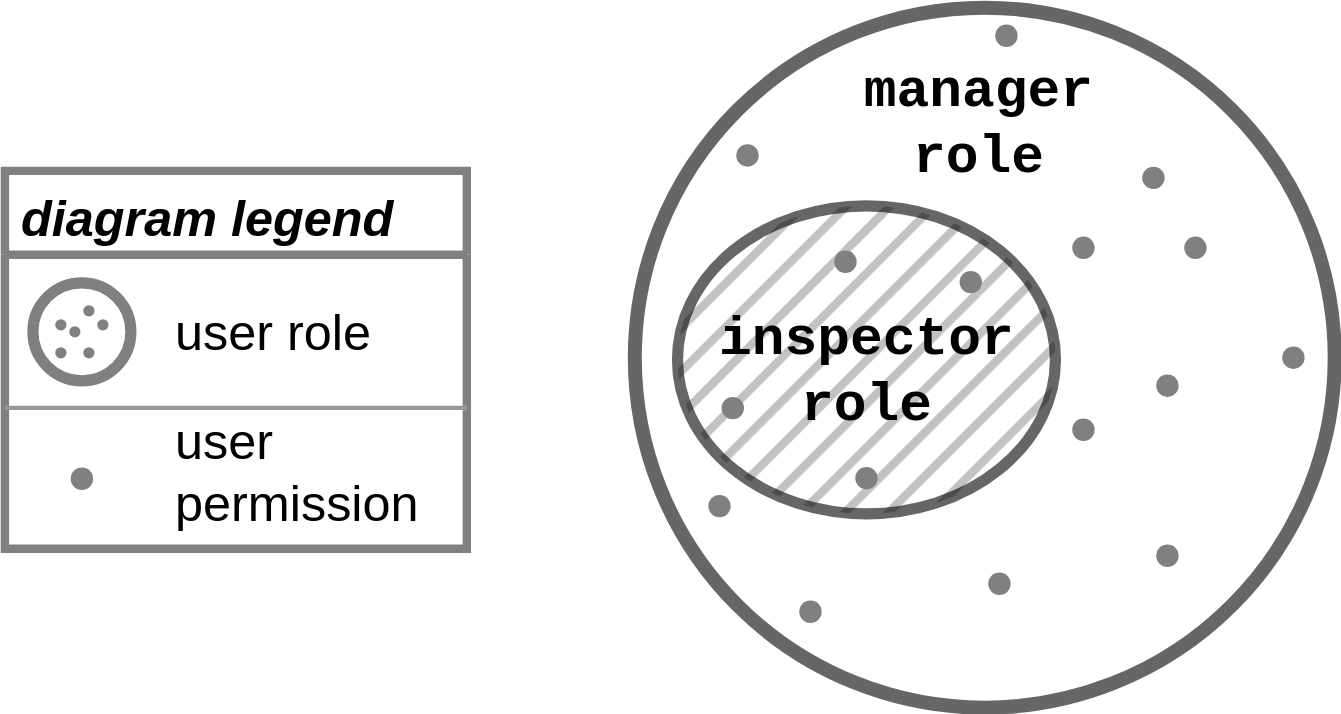
Above: user_roles-venn.drawio.svg in WildCodeSchool/2022-07-EN-Berlin-Remote1-Project3Planning (draw.io), before the change. Source tidied: cells renumbered, new cells last; positions are measured from the earlier drawing's top-left corner, leaving out a move shared by most shapes.
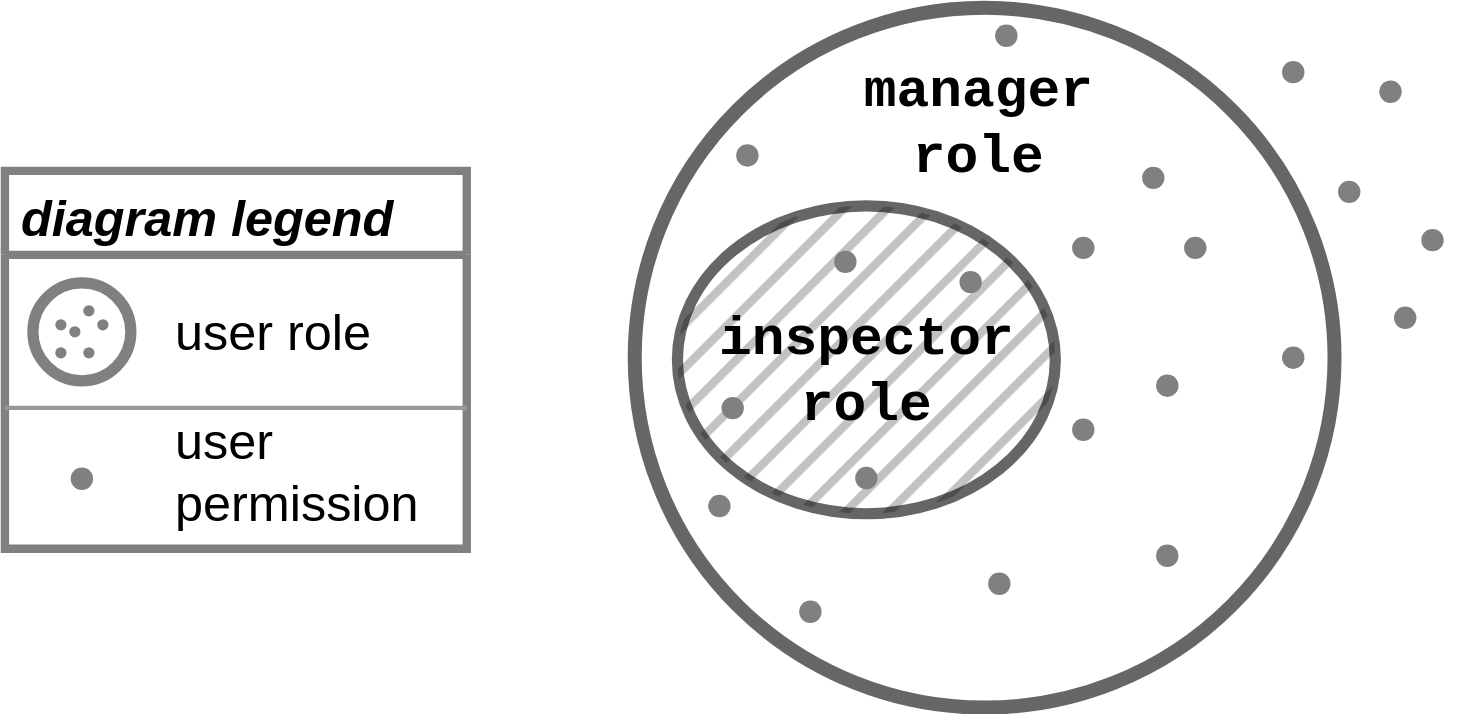
After the commit.

Commit message:
Added developer rights to Venn diagram

Change to the diagram source:
```diff
@@ -101,5 +101,20 @@
     <mxCell id="33" style="shape=waypoint;sketch=0;fillStyle=solid;size=6;perimeter=centerPerimeter;shadow=0;strokeWidth=6;fontSize=39;fillColor=none;strokeColor=#808080;" parent="1" vertex="1">
       <mxGeometry x="490.5" y="336" width="40" height="40" as="geometry" />
     </mxCell>
+    <mxCell id="34" style="shape=waypoint;sketch=0;fillStyle=solid;size=6;perimeter=centerPerimeter;shadow=0;strokeWidth=6;fontSize=39;fillColor=none;strokeColor=#808080;" parent="1" vertex="1">
+      <mxGeometry x="970" y="40" width="40" height="40" as="geometry" />
+    </mxCell>
+    <mxCell id="35" style="shape=waypoint;sketch=0;fillStyle=solid;size=6;perimeter=centerPerimeter;shadow=0;strokeWidth=6;fontSize=39;fillColor=none;strokeColor=#808080;" parent="1" vertex="1">
+      <mxGeometry x="940.5" y="111.5" width="40" height="40" as="geometry" />
+    </mxCell>
+    <mxCell id="36" style="shape=waypoint;sketch=0;fillStyle=solid;size=6;perimeter=centerPerimeter;shadow=0;strokeWidth=6;fontSize=39;fillColor=none;strokeColor=#808080;" parent="1" vertex="1">
+      <mxGeometry x="1000" y="146" width="40" height="40" as="geometry" />
+    </mxCell>
+    <mxCell id="37" style="shape=waypoint;sketch=0;fillStyle=solid;size=6;perimeter=centerPerimeter;shadow=0;strokeWidth=6;fontSize=39;fillColor=none;strokeColor=#808080;" parent="1" vertex="1">
+      <mxGeometry x="980.5" y="201.5" width="40" height="40" as="geometry" />
+    </mxCell>
+    <mxCell id="38" style="shape=waypoint;sketch=0;fillStyle=solid;size=6;perimeter=centerPerimeter;shadow=0;strokeWidth=6;fontSize=39;fillColor=none;strokeColor=#808080;" parent="1" vertex="1">
+      <mxGeometry x="900.5" y="26" width="40" height="40" as="geometry" />
+    </mxCell>
   </root>
 </mxGraphModel>
```
